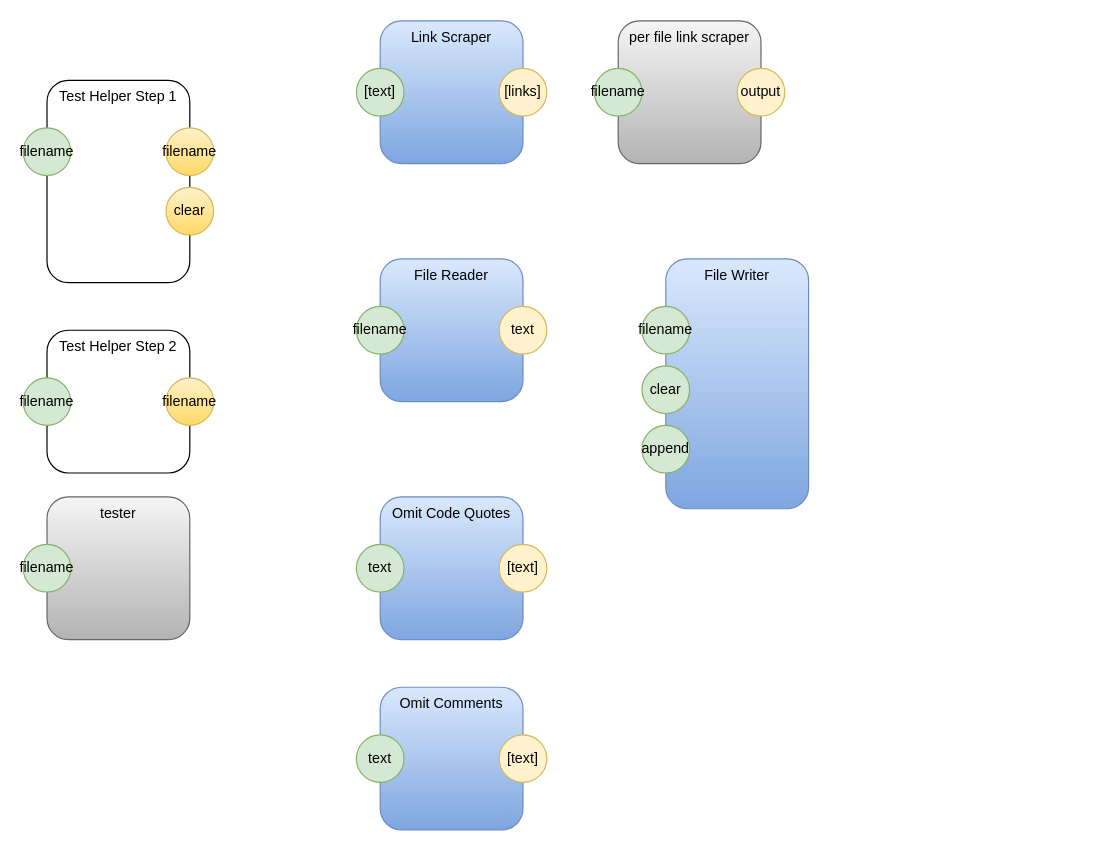
This is page "palette" (1 of 3) of pm-copy.drawio from guitarvydas/pypm, a draw.io file, before an edit. Source tidied: cells renumbered, new cells numbered last; positions are measured from the earlier drawing's top-left corner, leaving out a move shared by most shapes. Both pictures are drawn from the tidied source at 119%, with x=0, y=0 at pixel (23, 20).
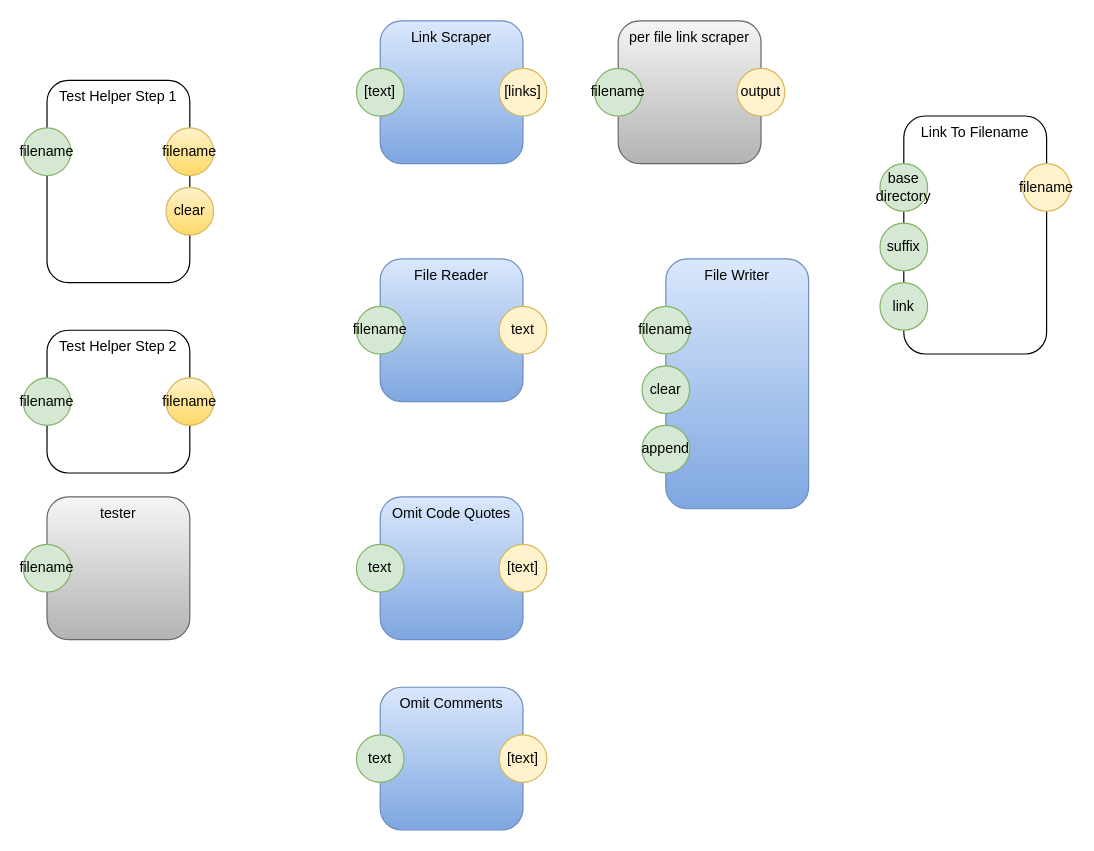
The same page after the edit.

Diff of the diagram source:
```diff
@@
+    <mxCell id="30" value="Link To Filename" style="rounded=1;whiteSpace=wrap;html=1;horizontal=1;verticalAlign=top;" parent="1" vertex="1">
+      <mxGeometry x="740" y="80" width="120" height="200" as="geometry" />
+    </mxCell>
+    <mxCell id="31" value="base&lt;br&gt;directory" style="ellipse;whiteSpace=wrap;html=1;fillColor=#d5e8d4;strokeColor=#82b366;" parent="1" vertex="1">
+      <mxGeometry x="720" y="120" width="40" height="40" as="geometry" />
+    </mxCell>
+    <mxCell id="32" value="filename" style="ellipse;whiteSpace=wrap;html=1;fillColor=#fff2cc;strokeColor=#d6b656;" parent="1" vertex="1">
+      <mxGeometry x="840" y="120" width="40" height="40" as="geometry" />
+    </mxCell>
+    <mxCell id="33" value="suffix" style="ellipse;whiteSpace=wrap;html=1;fillColor=#d5e8d4;strokeColor=#82b366;" parent="1" vertex="1">
+      <mxGeometry x="720" y="170" width="40" height="40" as="geometry" />
+    </mxCell>
+    <mxCell id="34" value="link" style="ellipse;whiteSpace=wrap;html=1;fillColor=#d5e8d4;strokeColor=#82b366;" parent="1" vertex="1">
+      <mxGeometry x="720" y="220" width="40" height="40" as="geometry" />
+    </mxCell>
```
